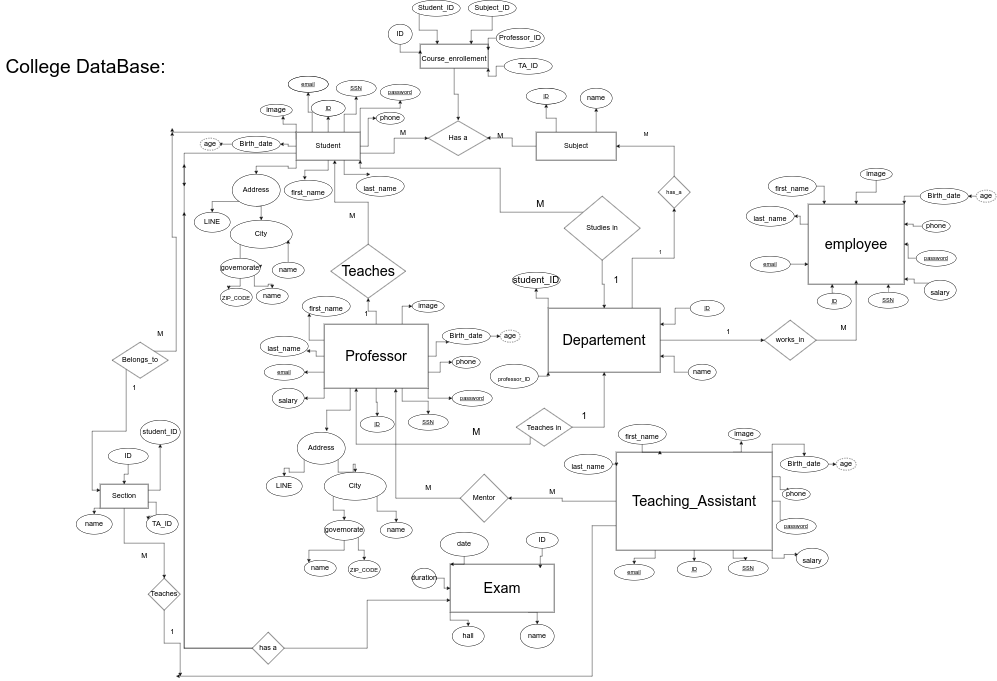
The draw.io diagram COLLEGE_DEMO.drawio.png in MahmoudHefny2001/DataBase_Work, before a commit. Source tidied: cells renumbered, new cells last; positions are measured from the earlier drawing's top-left corner, leaving out a move shared by most shapes.
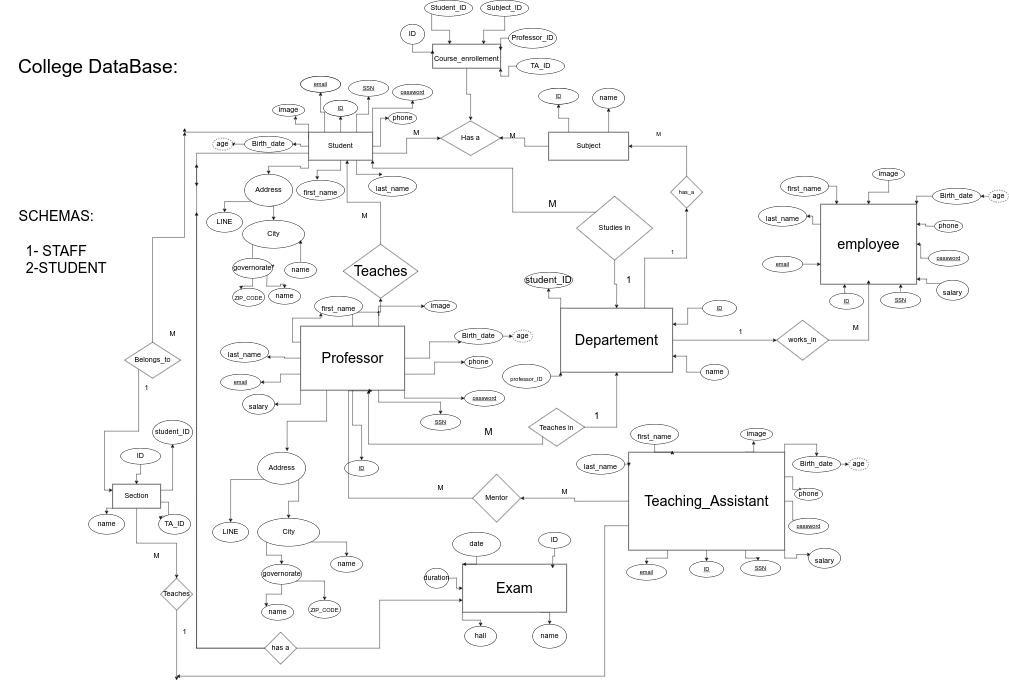
Above is the later version.

What changed in the source:
```diff
@@ -121,7 +121,7 @@
       <mxGeometry relative="1" as="geometry" />
     </mxCell>
     <mxCell id="34" value="&lt;font style=&quot;font-size: 36px;&quot;&gt;Professor&lt;/font&gt;" style="rounded=0;whiteSpace=wrap;html=1;fontSize=18;" parent="1" vertex="1">
-      <mxGeometry x="810" y="810" width="260" height="160" as="geometry" />
+      <mxGeometry x="720" y="815" width="260" height="160" as="geometry" />
     </mxCell>
     <mxCell id="35" style="edgeStyle=orthogonalEdgeStyle;rounded=0;jettySize=auto;html=1;exitX=0.75;exitY=1;exitDx=0;exitDy=0;entryX=0.5;entryY=0;entryDx=0;entryDy=0;fontSize=18;" parent="1" edge="1" source="37" target="193">
       <mxGeometry relative="1" as="geometry" />
@@ -285,7 +285,7 @@
     </mxCell>
     <mxCell id="83" style="edgeStyle=orthogonalEdgeStyle;rounded=0;jettySize=auto;html=1;exitX=0;exitY=0.75;exitDx=0;exitDy=0;fontSize=18;" parent="1" edge="1" source="84">
       <mxGeometry relative="1" as="geometry">
-        <mxPoint x="440" y="1690" as="targetPoint" />
+        <mxPoint x="410" y="1690" as="targetPoint" />
         <Array as="points">
           <mxPoint x="1480" y="1314" />
         </Array>
@@ -310,7 +310,7 @@
       <mxGeometry x="755" y="740" width="120" height="50" as="geometry" />
     </mxCell>
     <mxCell id="90" value="&lt;font style=&quot;font-size: 18px;&quot;&gt;last_name&lt;/font&gt;" style="ellipse;whiteSpace=wrap;html=1;fontSize=36;" parent="1" vertex="1">
-      <mxGeometry x="650" y="840" width="120" height="50" as="geometry" />
+      <mxGeometry x="520" y="855" width="120" height="50" as="geometry" />
     </mxCell>
     <mxCell id="91" value="phone" style="ellipse;whiteSpace=wrap;html=1;fontSize=18;" parent="1" vertex="1">
       <mxGeometry x="1130" y="890" width="70" height="30" as="geometry" />
@@ -334,7 +334,7 @@
       <mxGeometry relative="1" as="geometry" />
     </mxCell>
     <mxCell id="98" value="Address" style="ellipse;whiteSpace=wrap;html=1;fontSize=18;" parent="1" vertex="1">
-      <mxGeometry x="742.5" y="1080" width="120" height="80" as="geometry" />
+      <mxGeometry x="612.5" y="1130" width="120" height="80" as="geometry" />
     </mxCell>
     <mxCell id="99" value="SSN" style="ellipse;whiteSpace=wrap;html=1;align=center;fontStyle=4;fontSize=14;" parent="1" vertex="1">
       <mxGeometry x="1020" y="1035" width="100" height="40" as="geometry" />
@@ -343,16 +343,16 @@
       <mxGeometry x="1130" y="975" width="100" height="40" as="geometry" />
     </mxCell>
     <mxCell id="101" value="email" style="ellipse;whiteSpace=wrap;html=1;align=center;fontStyle=4;fontSize=14;" parent="1" vertex="1">
-      <mxGeometry x="660" y="910" width="100" height="40" as="geometry" />
+      <mxGeometry x="520" y="935" width="100" height="40" as="geometry" />
     </mxCell>
     <mxCell id="102" value="ID" style="ellipse;whiteSpace=wrap;html=1;align=center;fontStyle=4;fontSize=14;" parent="1" vertex="1">
-      <mxGeometry x="900" y="1040" width="85" height="40" as="geometry" />
+      <mxGeometry x="830" y="1150" width="85" height="40" as="geometry" />
     </mxCell>
     <mxCell id="103" value="&lt;font style=&quot;font-size: 18px;&quot;&gt;salary&lt;/font&gt;" style="ellipse;whiteSpace=wrap;html=1;fontSize=36;" parent="1" vertex="1">
-      <mxGeometry x="680" y="970" width="80" height="50" as="geometry" />
+      <mxGeometry x="575" y="985" width="80" height="50" as="geometry" />
     </mxCell>
     <mxCell id="104" value="LINE" style="ellipse;whiteSpace=wrap;html=1;fontSize=18;" parent="1" vertex="1">
-      <mxGeometry x="665" y="1190" width="90" height="50" as="geometry" />
+      <mxGeometry x="500" y="1305" width="90" height="50" as="geometry" />
     </mxCell>
     <mxCell id="105" style="edgeStyle=orthogonalEdgeStyle;rounded=0;jettySize=auto;html=1;exitX=0.5;exitY=1;exitDx=0;exitDy=0;entryX=0;entryY=0;entryDx=0;entryDy=0;fontSize=36;" parent="1" edge="1" source="107" target="113">
       <mxGeometry relative="1" as="geometry" />
@@ -361,7 +361,7 @@
       <mxGeometry relative="1" as="geometry" />
     </mxCell>
     <mxCell id="107" value="governorate" style="ellipse;whiteSpace=wrap;html=1;fontSize=18;" parent="1" vertex="1">
-      <mxGeometry x="810" y="1300" width="100" height="50" as="geometry" />
+      <mxGeometry x="622.5" y="1410" width="100" height="50" as="geometry" />
     </mxCell>
     <mxCell id="108" style="edgeStyle=orthogonalEdgeStyle;rounded=0;jettySize=auto;html=1;exitX=0;exitY=1;exitDx=0;exitDy=0;fontSize=36;" parent="1" edge="1" source="110" target="107">
       <mxGeometry relative="1" as="geometry" />
@@ -370,16 +370,16 @@
       <mxGeometry relative="1" as="geometry" />
     </mxCell>
     <mxCell id="110" value="City" style="ellipse;whiteSpace=wrap;html=1;fontSize=18;" parent="1" vertex="1">
-      <mxGeometry x="810" y="1180" width="155" height="70" as="geometry" />
+      <mxGeometry x="612.5" y="1295" width="155" height="70" as="geometry" />
     </mxCell>
     <mxCell id="111" value="name" style="ellipse;whiteSpace=wrap;html=1;fontSize=18;" parent="1" vertex="1">
-      <mxGeometry x="950" y="1305" width="80" height="40" as="geometry" />
+      <mxGeometry x="795" y="1390" width="80" height="40" as="geometry" />
     </mxCell>
     <mxCell id="112" value="&lt;font style=&quot;font-size: 14px;&quot;&gt;ZIP_CODE&lt;/font&gt;" style="ellipse;whiteSpace=wrap;html=1;fontSize=18;" parent="1" vertex="1">
-      <mxGeometry x="870" y="1400" width="80" height="45" as="geometry" />
+      <mxGeometry x="740" y="1500" width="80" height="45" as="geometry" />
     </mxCell>
     <mxCell id="113" value="name" style="ellipse;whiteSpace=wrap;html=1;fontSize=18;" parent="1" vertex="1">
-      <mxGeometry x="760" y="1400" width="80" height="40" as="geometry" />
+      <mxGeometry x="622.5" y="1510" width="80" height="40" as="geometry" />
     </mxCell>
     <mxCell id="114" style="edgeStyle=orthogonalEdgeStyle;rounded=0;jettySize=auto;html=1;exitX=1;exitY=0.5;exitDx=0;exitDy=0;fontSize=18;" parent="1" edge="1" source="116" target="6">
       <mxGeometry relative="1" as="geometry" />
@@ -492,7 +492,12 @@
       <mxGeometry x="1260" y="145" width="120" height="40" as="geometry" />
     </mxCell>
     <mxCell id="147" style="edgeStyle=orthogonalEdgeStyle;rounded=0;jettySize=auto;html=1;exitX=0;exitY=0.5;exitDx=0;exitDy=0;fontSize=18;entryX=0.688;entryY=1.01;entryDx=0;entryDy=0;entryPerimeter=0;" parent="1" edge="1" source="148" target="34">
-      <mxGeometry relative="1" as="geometry" />
+      <mxGeometry relative="1" as="geometry">
+        <Array as="points">
+          <mxPoint x="840" y="1245" />
+          <mxPoint x="840" y="977" />
+        </Array>
+      </mxGeometry>
     </mxCell>
     <mxCell id="148" value="Mentor" style="rhombus;whiteSpace=wrap;html=1;fontSize=18;" parent="1" vertex="1">
       <mxGeometry x="1150" y="1185" width="120" height="120" as="geometry" />
@@ -645,7 +650,7 @@
     </mxCell>
     <mxCell id="197" style="edgeStyle=orthogonalEdgeStyle;rounded=0;jettySize=auto;html=1;exitX=0.5;exitY=1;exitDx=0;exitDy=0;fontSize=18;" parent="1" edge="1" source="198">
       <mxGeometry relative="1" as="geometry">
-        <mxPoint x="450" y="1690" as="targetPoint" />
+        <mxPoint x="410" y="1700" as="targetPoint" />
       </mxGeometry>
     </mxCell>
     <mxCell id="198" value="Teaches" style="rhombus;whiteSpace=wrap;html=1;fontSize=18;" parent="1" vertex="1">
@@ -654,6 +659,11 @@
     <mxCell id="199" style="edgeStyle=orthogonalEdgeStyle;rounded=0;jettySize=auto;html=1;exitX=0;exitY=0;exitDx=0;exitDy=0;fontSize=18;" parent="1" edge="1" source="201">
       <mxGeometry relative="1" as="geometry">
         <mxPoint x="430" y="330" as="targetPoint" />
+        <Array as="points">
+          <mxPoint x="350" y="878" />
+          <mxPoint x="350" y="593" />
+          <mxPoint x="430" y="593" />
+        </Array>
       </mxGeometry>
     </mxCell>
     <mxCell id="200" style="edgeStyle=orthogonalEdgeStyle;rounded=0;jettySize=auto;html=1;exitX=0;exitY=1;exitDx=0;exitDy=0;entryX=0;entryY=0.25;entryDx=0;entryDy=0;fontSize=18;" parent="1" edge="1" source="201" target="206">
@@ -732,5 +742,8 @@
     <mxCell id="223" value="duration" style="ellipse;whiteSpace=wrap;html=1;fontSize=18;" parent="1" vertex="1">
       <mxGeometry x="1030" y="1420" width="60" height="50" as="geometry" />
     </mxCell>
+    <mxCell id="224" value="&lt;font style=&quot;font-size: 36px;&quot;&gt;SCHEMAS:&lt;br&gt;&amp;nbsp;&lt;br&gt;1- STAFF&lt;br&gt;&amp;nbsp; &amp;nbsp; &amp;nbsp;2-STUDENT&lt;/font&gt;" style="text;html=1;align=center;verticalAlign=middle;strokeColor=none;fillColor=none;fontSize=18;" parent="1" vertex="1">
+      <mxGeometry x="-31" y="510" width="280" height="190" as="geometry" />
+    </mxCell>
   </root>
 </mxGraphModel>
```
